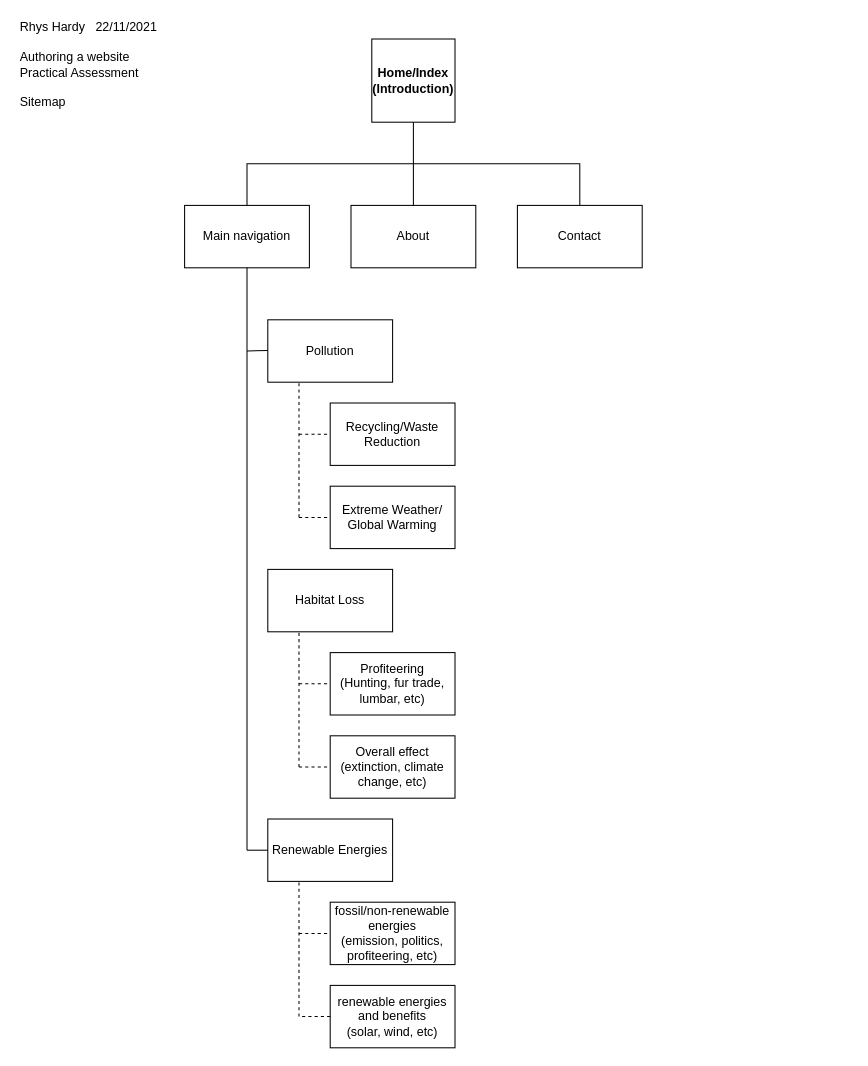
ladder-man/Authoring-A-Wepsite keeps this draw.io diagram as Untitled Diagram.drawio. Above is the earlier version. Source tidied: cells renumbered, new cells numbered last; positions are measured from the earlier drawing's top-left corner, leaving out a move shared by most shapes. Both pictures are drawn from the tidied source at 104%, with x=0, y=0 at pixel (18, 18).
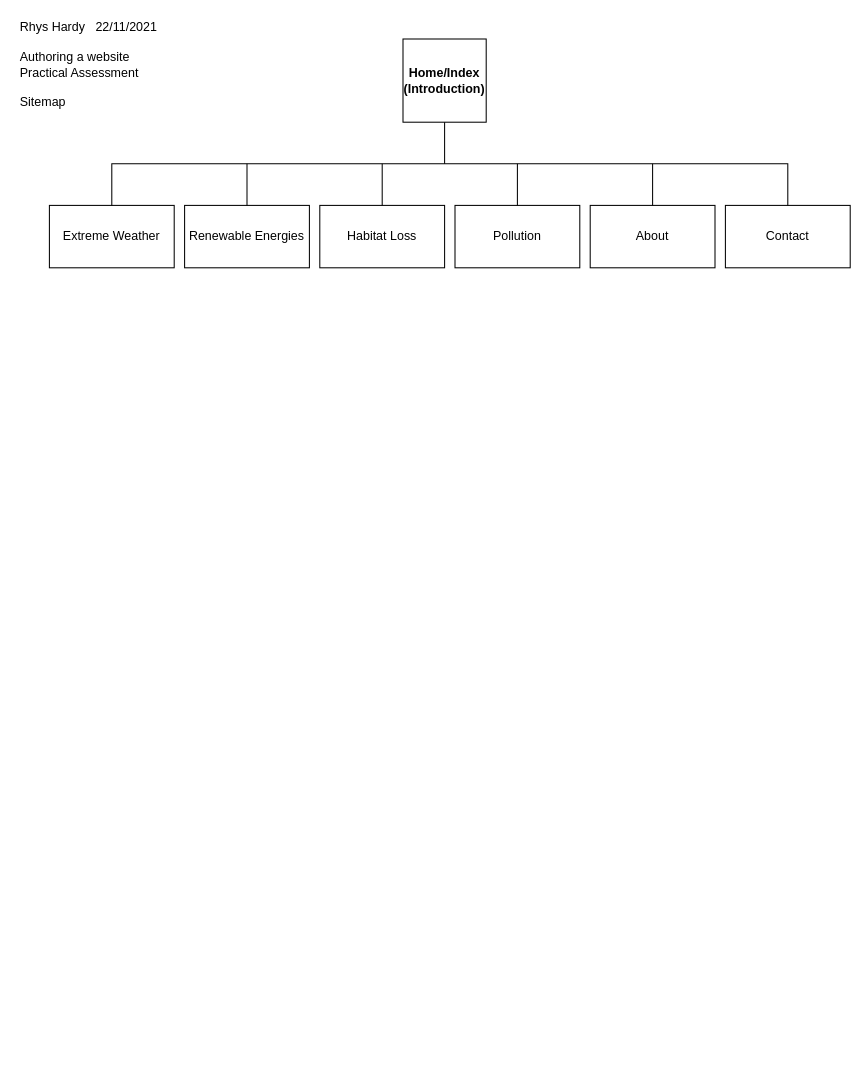
After the change.

Change to the diagram source:
```diff
@@
-    <mxCell id="2" value="Main navigation" style="rounded=0;whiteSpace=wrap;html=1;" parent="1" vertex="1">
-      <mxGeometry x="160" y="180" width="120" height="60" as="geometry" />
+    <mxCell id="2" value="Extreme Weather" style="rounded=0;whiteSpace=wrap;html=1;" parent="1" vertex="1">
+      <mxGeometry x="30" y="180" width="120" height="60" as="geometry" />
     </mxCell>
     <mxCell id="3" value="Home/Index&lt;br&gt;(Introduction)" style="whiteSpace=wrap;html=1;fontStyle=1;" parent="1" vertex="1">
-      <mxGeometry x="340" y="20" width="80" height="80" as="geometry" />
+      <mxGeometry x="370" y="20" width="80" height="80" as="geometry" />
     </mxCell>
     <mxCell id="4" value="Contact" style="rounded=0;whiteSpace=wrap;html=1;" parent="1" vertex="1">
-      <mxGeometry x="480" y="180" width="120" height="60" as="geometry" />
+      <mxGeometry x="680" y="180" width="120" height="60" as="geometry" />
     </mxCell>
     <mxCell id="5" value="About" style="rounded=0;whiteSpace=wrap;html=1;" parent="1" vertex="1">
-      <mxGeometry x="320" y="180" width="120" height="60" as="geometry" />
+      <mxGeometry x="550" y="180" width="120" height="60" as="geometry" />
     </mxCell>
     <mxCell id="6" style="endArrow=none;html=1;rounded=0;entryX=0.5;entryY=0;entryDx=0;entryDy=0;exitX=0.5;exitY=0;exitDx=0;exitDy=0;" parent="1" edge="1" source="2" target="4">
       <mxGeometry relative="1" as="geometry">
         <Array as="points">
-          <mxPoint x="220" y="140" />
+          <mxPoint x="90" y="140" />
           <mxPoint x="380" y="140" />
           <mxPoint x="540" y="140" />
+          <mxPoint x="590" y="140" />
+          <mxPoint x="640" y="140" />
+          <mxPoint x="740" y="140" />
         </Array>
       </mxGeometry>
     </mxCell>
     <mxCell id="7" style="endArrow=none;html=1;rounded=0;entryX=0.5;entryY=1;entryDx=0;entryDy=0;" parent="1" edge="1" target="3">
       <mxGeometry relative="1" as="geometry">
-        <mxPoint x="380" y="180" as="sourcePoint" />
+        <mxPoint x="410" y="140" as="sourcePoint" />
       </mxGeometry>
     </mxCell>
     <mxCell id="8" value="Pollution" style="rounded=0;whiteSpace=wrap;html=1;" parent="1" vertex="1">
-      <mxGeometry x="240" y="290" width="120" height="60" as="geometry" />
+      <mxGeometry x="420" y="180" width="120" height="60" as="geometry" />
     </mxCell>
-    <mxCell id="9" value="Extreme Weather/&lt;br&gt;Global Warming" style="rounded=0;whiteSpace=wrap;html=1;" parent="1" vertex="1">
-      <mxGeometry x="300" y="450" width="120" height="60" as="geometry" />
-    </mxCell>
-    <mxCell id="10" value="Recycling/Waste&lt;br&gt;Reduction" style="rounded=0;whiteSpace=wrap;html=1;" parent="1" vertex="1">
-      <mxGeometry x="300" y="370" width="120" height="60" as="geometry" />
-    </mxCell>
-    <mxCell id="11" style="endArrow=none;html=1;rounded=0;" parent="1" edge="1">
-      <mxGeometry relative="1" as="geometry">
-        <mxPoint x="220" y="800" as="sourcePoint" />
-        <mxPoint x="220" y="240" as="targetPoint" />
-        <Array as="points">
-          <mxPoint x="220" y="260" />
-        </Array>
-      </mxGeometry>
-    </mxCell>
-    <mxCell id="12" style="endArrow=none;html=1;rounded=0;" parent="1" edge="1">
-      <mxGeometry relative="1" as="geometry">
-        <mxPoint x="220" y="320" as="sourcePoint" />
-        <mxPoint x="240" y="319.5" as="targetPoint" />
-      </mxGeometry>
-    </mxCell>
     <mxCell id="13" value="Habitat Loss" style="rounded=0;whiteSpace=wrap;html=1;" parent="1" vertex="1">
-      <mxGeometry x="240" y="530" width="120" height="60" as="geometry" />
+      <mxGeometry x="290" y="180" width="120" height="60" as="geometry" />
     </mxCell>
-    <mxCell id="14" value="Profiteering&lt;br&gt;(Hunting, fur trade, lumbar, etc)&lt;br&gt;" style="rounded=0;whiteSpace=wrap;html=1;" parent="1" vertex="1">
-      <mxGeometry x="300" y="610" width="120" height="60" as="geometry" />
-    </mxCell>
-    <mxCell id="15" value="Overall effect&lt;br&gt;(extinction, climate change, etc)" style="rounded=0;whiteSpace=wrap;html=1;" parent="1" vertex="1">
-      <mxGeometry x="300" y="690" width="120" height="60" as="geometry" />
-    </mxCell>
     <mxCell id="16" value="Renewable Energies" style="rounded=0;whiteSpace=wrap;html=1;" parent="1" vertex="1">
-      <mxGeometry x="240" y="770" width="120" height="60" as="geometry" />
+      <mxGeometry x="160" y="180" width="120" height="60" as="geometry" />
     </mxCell>
-    <mxCell id="17" value="fossil/non-renewable&lt;br&gt;energies&lt;br&gt;(emission, politics, profiteering, etc)" style="rounded=0;whiteSpace=wrap;html=1;" parent="1" vertex="1">
-      <mxGeometry x="300" y="850" width="120" height="60" as="geometry" />
-    </mxCell>
-    <mxCell id="18" value="renewable energies&lt;br&gt;and benefits&lt;br&gt;(solar, wind, etc)" style="rounded=0;whiteSpace=wrap;html=1;" parent="1" vertex="1">
-      <mxGeometry x="300" y="930" width="120" height="60" as="geometry" />
-    </mxCell>
-    <mxCell id="19" style="endArrow=none;dashed=1;html=1;rounded=0;" parent="1" edge="1">
-      <mxGeometry relative="1" as="geometry">
-        <mxPoint x="270" y="720" as="sourcePoint" />
-        <mxPoint x="270" y="590" as="targetPoint" />
-      </mxGeometry>
-    </mxCell>
-    <mxCell id="20" style="endArrow=none;dashed=1;html=1;rounded=0;" parent="1" edge="1">
-      <mxGeometry relative="1" as="geometry">
-        <mxPoint x="270" y="640" as="sourcePoint" />
-        <mxPoint x="300" y="640" as="targetPoint" />
-      </mxGeometry>
-    </mxCell>
-    <mxCell id="21" style="endArrow=none;dashed=1;html=1;rounded=0;entryX=0;entryY=0.5;entryDx=0;entryDy=0;entryPerimeter=0;" parent="1" edge="1" target="15">
-      <mxGeometry relative="1" as="geometry">
-        <mxPoint x="270" y="720" as="sourcePoint" />
-      </mxGeometry>
-    </mxCell>
-    <mxCell id="22" style="endArrow=none;html=1;rounded=0;" parent="1" edge="1">
-      <mxGeometry relative="1" as="geometry">
-        <mxPoint x="220" y="800" as="sourcePoint" />
-        <mxPoint x="240" y="800" as="targetPoint" />
-      </mxGeometry>
-    </mxCell>
-    <mxCell id="23" style="endArrow=none;dashed=1;html=1;rounded=0;" parent="1" edge="1">
-      <mxGeometry relative="1" as="geometry">
-        <mxPoint x="270" y="480" as="sourcePoint" />
-        <mxPoint x="270" y="350" as="targetPoint" />
-      </mxGeometry>
-    </mxCell>
-    <mxCell id="24" style="endArrow=none;dashed=1;html=1;rounded=0;" parent="1" edge="1">
-      <mxGeometry relative="1" as="geometry">
-        <mxPoint x="270" y="400" as="sourcePoint" />
-        <mxPoint x="300" y="400" as="targetPoint" />
-      </mxGeometry>
-    </mxCell>
-    <mxCell id="25" style="endArrow=none;dashed=1;html=1;rounded=0;entryX=0;entryY=0.5;entryDx=0;entryDy=0;" parent="1" edge="1" target="9">
-      <mxGeometry relative="1" as="geometry">
-        <mxPoint x="270" y="480" as="sourcePoint" />
-      </mxGeometry>
-    </mxCell>
-    <mxCell id="26" style="endArrow=none;dashed=1;html=1;rounded=0;" parent="1" edge="1">
-      <mxGeometry relative="1" as="geometry">
-        <mxPoint x="270" y="960" as="sourcePoint" />
-        <mxPoint x="270" y="830" as="targetPoint" />
-      </mxGeometry>
-    </mxCell>
-    <mxCell id="27" style="endArrow=none;dashed=1;html=1;rounded=0;" parent="1" edge="1">
-      <mxGeometry relative="1" as="geometry">
-        <mxPoint x="270" y="880" as="sourcePoint" />
-        <mxPoint x="300" y="880" as="targetPoint" />
-      </mxGeometry>
-    </mxCell>
-    <mxCell id="28" style="endArrow=none;dashed=1;html=1;rounded=0;exitX=0;exitY=0.5;exitDx=0;exitDy=0;" parent="1" edge="1" source="18">
-      <mxGeometry relative="1" as="geometry">
-        <mxPoint x="270" y="960" as="targetPoint" />
-      </mxGeometry>
-    </mxCell>
@@
+    <mxCell id="30" style="endArrow=none;html=1;rounded=0;exitX=0.5;exitY=0;exitDx=0;exitDy=0;" parent="1" edge="1" source="8">
+      <mxGeometry relative="1" as="geometry">
+        <mxPoint x="480" y="140" as="targetPoint" />
+      </mxGeometry>
+    </mxCell>
+    <mxCell id="31" style="endArrow=none;html=1;rounded=0;exitX=0.5;exitY=0;exitDx=0;exitDy=0;" parent="1" edge="1" source="5">
+      <mxGeometry relative="1" as="geometry">
+        <mxPoint x="610" y="140" as="targetPoint" />
+      </mxGeometry>
+    </mxCell>
+    <mxCell id="32" style="endArrow=none;html=1;rounded=0;exitX=0.5;exitY=0;exitDx=0;exitDy=0;" parent="1" edge="1" source="16">
+      <mxGeometry relative="1" as="geometry">
+        <mxPoint x="220" y="140" as="targetPoint" />
+      </mxGeometry>
+    </mxCell>
+    <mxCell id="33" style="endArrow=none;html=1;rounded=0;" parent="1" edge="1">
+      <mxGeometry relative="1" as="geometry">
+        <mxPoint x="350" y="180" as="sourcePoint" />
+        <mxPoint x="350" y="140" as="targetPoint" />
+      </mxGeometry>
+    </mxCell>
```
